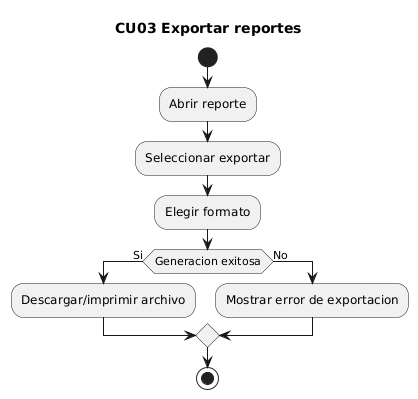
Above: docs/uml/render/actividades_cu/CU03_actividad_exportar_reportes.png in maranavard/SISTEMA-COMPUTACIONAL-PARA-LA-GESTION-Y-CONTROL-DE-ACCESO-DE-AUTOMOVILES-M-DULO-WEB (PlantUML), before the change. Source of this version:
```plantuml
@startuml
title CU03 Exportar reportes
start
:Abrir reporte;
:Seleccionar exportar;
:Elegir formato;
if (Generacion exitosa) then (Si)
  :Descargar/imprimir archivo;
else (No)
  :Mostrar error de exportacion;
endif
stop
@enduml
```
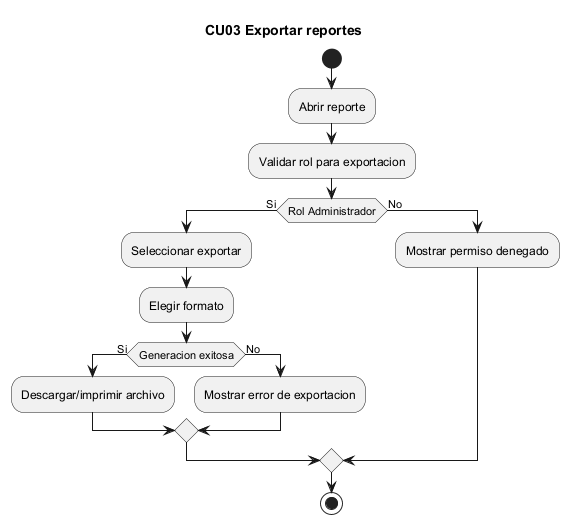
After the commit.

Diff of the diagram source:
```diff
@@ -1,7 +1,9 @@
-@startuml
+@startuml CU03_actividad_exportar_reportes
 title CU03 Exportar reportes
 start
 :Abrir reporte;
+:Validar rol para exportacion;
+if (Rol Administrador) then (Si)
 :Seleccionar exportar;
 :Elegir formato;
 if (Generacion exitosa) then (Si)
@@ -9,5 +11,8 @@
 else (No)
   :Mostrar error de exportacion;
 endif
+else (No)
+  :Mostrar permiso denegado;
+endif
 stop
 @enduml
```
